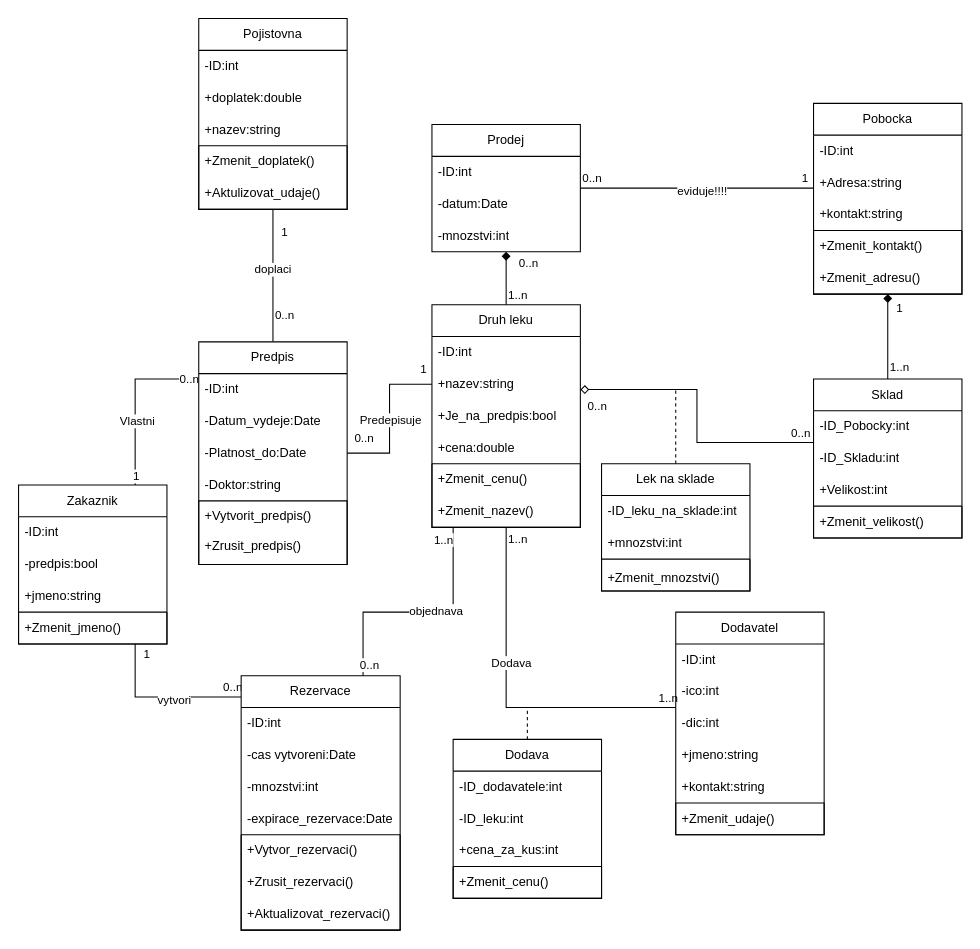
Above: IUS projekt diagram trid.drawio in tada66/IUS-projekt (draw.io), before the change. Source tidied: cells renumbered, new cells numbered last; positions are measured from the earlier drawing's top-left corner, leaving out a move shared by most shapes. Both pictures are drawn from the tidied source at 106%, with x=0, y=0 at pixel (18, 18).
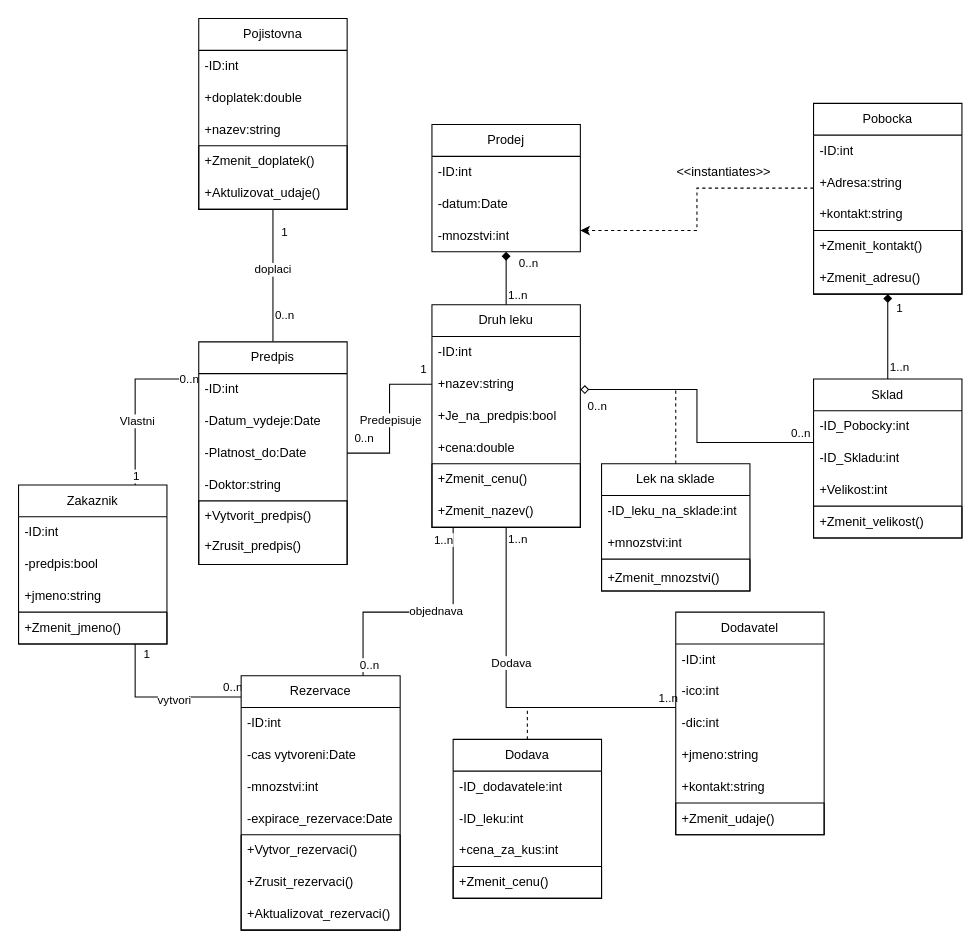
The same diagram, later.

Commit message:
added instant tits

yeag

Unchanged cells that the change refers to:
```xml
<mxCell id="17" value="Pobocka" style="swimlane;fontStyle=0;horizontal=1;startSize=30;whiteSpace=wrap;html=1;" parent="1" vertex="1">
  <mxGeometry x="750" y="80" width="140" height="180" as="geometry" />
</mxCell>
<mxCell id="73" value="Prodej" style="swimlane;fontStyle=0;horizontal=1;startSize=30;whiteSpace=wrap;html=1;" parent="1" vertex="1">
  <mxGeometry x="390" y="100" width="140" height="120" as="geometry" />
</mxCell>
```

What changed in the source:
```diff
@@
-    <mxCell id="13" style="edgeStyle=orthogonalEdgeStyle;rounded=0;jettySize=auto;html=1;endArrow=none;endFill=0;" parent="1" edge="1" source="17" target="73">
+    <mxCell id="13" style="edgeStyle=orthogonalEdgeStyle;rounded=0;jettySize=auto;html=1;endArrow=classic;endFill=1;startArrow=none;startFill=0;dashed=1;" parent="1" edge="1" source="17" target="73">
       <mxGeometry relative="1" as="geometry">
         <Array as="points">
-          <mxPoint x="690" y="160" />
+          <mxPoint x="640" y="160" />
+          <mxPoint x="640" y="200" />
         </Array>
       </mxGeometry>
     </mxCell>
-    <mxCell id="14" value="eviduje!!!!" style="edgeLabel;html=1;align=center;verticalAlign=middle;" parent="13" vertex="1">
-      <mxGeometry x="-0.04" y="2" relative="1" as="geometry" />
-    </mxCell>
-    <mxCell id="15" value="0..n" style="edgeLabel;html=1;align=center;verticalAlign=middle;" parent="13" vertex="1">
-      <mxGeometry x="0.91" relative="1" as="geometry">
-        <mxPoint y="-10" as="offset" />
-      </mxGeometry>
-    </mxCell>
-    <mxCell id="16" value="1" style="edgeLabel;html=1;align=center;verticalAlign=middle;" parent="13" vertex="1">
-      <mxGeometry x="-0.92" y="-2" relative="1" as="geometry">
-        <mxPoint y="-8" as="offset" />
-      </mxGeometry>
-    </mxCell>
@@
+    <mxCell id="115" value="&amp;lt;&amp;lt;instantiates&amp;gt;&amp;gt;" style="text;html=1;align=center;verticalAlign=middle;strokeColor=none;fillColor=none;" parent="1" vertex="1">
+      <mxGeometry x="610" y="130" width="110" height="30" as="geometry" />
+    </mxCell>
```
